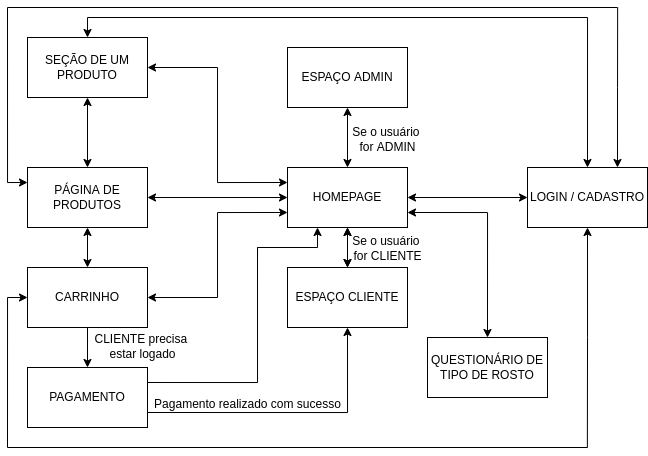
Before: mockups/diagrama_navegacao.png, a diagram exported from draw.io (pedromonici/Good-Glasses). Source tidied: cells renumbered, new cells last; positions are measured from the earlier drawing's top-left corner, leaving out a move shared by most shapes. Its diagram source:
```xml
<mxGraphModel>
  <root>
    <mxCell id="0" />
    <mxCell id="1" parent="0" />
    <mxCell id="2" style="edgeStyle=orthogonalEdgeStyle;rounded=0;jettySize=auto;html=1;exitX=0.5;exitY=1;exitDx=0;exitDy=0;entryX=0.5;entryY=0;entryDx=0;entryDy=0;startArrow=classic;startFill=1;" parent="1" edge="1" source="7" target="10">
      <mxGeometry relative="1" as="geometry" />
    </mxCell>
    <mxCell id="3" style="edgeStyle=orthogonalEdgeStyle;rounded=0;jettySize=auto;html=1;exitX=0.5;exitY=0;exitDx=0;exitDy=0;entryX=0.5;entryY=1;entryDx=0;entryDy=0;startArrow=classic;startFill=1;" parent="1" edge="1" source="7" target="8">
      <mxGeometry relative="1" as="geometry" />
    </mxCell>
    <mxCell id="4" style="edgeStyle=orthogonalEdgeStyle;rounded=0;jettySize=auto;html=1;exitX=1;exitY=0.5;exitDx=0;exitDy=0;entryX=0;entryY=0.5;entryDx=0;entryDy=0;startArrow=classic;startFill=1;" parent="1" edge="1" source="7" target="28">
      <mxGeometry relative="1" as="geometry" />
    </mxCell>
    <mxCell id="5" style="edgeStyle=orthogonalEdgeStyle;rounded=0;jettySize=auto;html=1;exitX=0.25;exitY=1;exitDx=0;exitDy=0;startArrow=classic;startFill=1;endArrow=none;endFill=0;" parent="1" edge="1" source="7">
      <mxGeometry relative="1" as="geometry">
        <mxPoint x="250" y="250" as="targetPoint" />
        <Array as="points">
          <mxPoint x="310" y="240" />
          <mxPoint x="250" y="240" />
        </Array>
      </mxGeometry>
    </mxCell>
    <mxCell id="6" style="edgeStyle=orthogonalEdgeStyle;rounded=0;jettySize=auto;html=1;exitX=1;exitY=0.75;exitDx=0;exitDy=0;entryX=0.5;entryY=0;entryDx=0;entryDy=0;startArrow=classic;startFill=1;endArrow=classic;endFill=1;" parent="1" edge="1" source="7" target="34">
      <mxGeometry relative="1" as="geometry" />
    </mxCell>
    <mxCell id="7" value="HOMEPAGE" style="rounded=0;whiteSpace=wrap;html=1;" parent="1" vertex="1">
      <mxGeometry x="280" y="160" width="120" height="60" as="geometry" />
    </mxCell>
    <mxCell id="8" value="ESPAÇO ADMIN" style="rounded=0;whiteSpace=wrap;html=1;" parent="1" vertex="1">
      <mxGeometry x="280" y="40" width="120" height="60" as="geometry" />
    </mxCell>
    <mxCell id="9" style="edgeStyle=orthogonalEdgeStyle;rounded=0;jettySize=auto;html=1;startArrow=classic;startFill=1;" parent="1" edge="1" source="10" target="7">
      <mxGeometry relative="1" as="geometry" />
    </mxCell>
    <mxCell id="10" value="ESPAÇO CLIENTE" style="rounded=0;whiteSpace=wrap;html=1;" parent="1" vertex="1">
      <mxGeometry x="280" y="260" width="120" height="60" as="geometry" />
    </mxCell>
    <mxCell id="11" style="edgeStyle=orthogonalEdgeStyle;rounded=0;jettySize=auto;html=1;exitX=1;exitY=0.5;exitDx=0;exitDy=0;entryX=0;entryY=0.5;entryDx=0;entryDy=0;startArrow=classic;startFill=1;" parent="1" edge="1" source="15" target="7">
      <mxGeometry relative="1" as="geometry" />
    </mxCell>
    <mxCell id="12" style="edgeStyle=orthogonalEdgeStyle;rounded=0;jettySize=auto;html=1;exitX=0.5;exitY=0;exitDx=0;exitDy=0;entryX=0.5;entryY=1;entryDx=0;entryDy=0;startArrow=classic;startFill=1;" parent="1" edge="1" source="15" target="18">
      <mxGeometry relative="1" as="geometry" />
    </mxCell>
    <mxCell id="13" style="edgeStyle=orthogonalEdgeStyle;rounded=0;jettySize=auto;html=1;exitX=0.5;exitY=1;exitDx=0;exitDy=0;entryX=0.5;entryY=0;entryDx=0;entryDy=0;startArrow=classic;startFill=1;" parent="1" edge="1" source="15" target="22">
      <mxGeometry relative="1" as="geometry" />
    </mxCell>
    <mxCell id="14" style="edgeStyle=orthogonalEdgeStyle;rounded=0;jettySize=auto;html=1;exitX=0;exitY=0.25;exitDx=0;exitDy=0;startArrow=classic;startFill=1;endArrow=none;endFill=0;" parent="1" edge="1" source="15">
      <mxGeometry relative="1" as="geometry">
        <mxPoint as="targetPoint" />
      </mxGeometry>
    </mxCell>
    <mxCell id="15" value="PÁGINA DE PRODUTOS" style="rounded=0;whiteSpace=wrap;html=1;" parent="1" vertex="1">
      <mxGeometry x="20" y="160" width="120" height="60" as="geometry" />
    </mxCell>
    <mxCell id="16" style="edgeStyle=orthogonalEdgeStyle;rounded=0;jettySize=auto;html=1;exitX=1;exitY=0.5;exitDx=0;exitDy=0;entryX=0;entryY=0.25;entryDx=0;entryDy=0;startArrow=classic;startFill=1;" parent="1" edge="1" source="18" target="7">
      <mxGeometry relative="1" as="geometry" />
    </mxCell>
    <mxCell id="17" style="edgeStyle=orthogonalEdgeStyle;rounded=0;jettySize=auto;html=1;exitX=0.5;exitY=0;exitDx=0;exitDy=0;entryX=0.5;entryY=0;entryDx=0;entryDy=0;startArrow=classic;startFill=1;endArrow=classic;endFill=1;" parent="1" edge="1" source="18" target="28">
      <mxGeometry relative="1" as="geometry" />
    </mxCell>
    <mxCell id="18" value="SEÇÃO DE UM PRODUTO" style="rounded=0;whiteSpace=wrap;html=1;" parent="1" vertex="1">
      <mxGeometry x="20" y="30" width="120" height="60" as="geometry" />
    </mxCell>
    <mxCell id="19" style="edgeStyle=orthogonalEdgeStyle;rounded=0;jettySize=auto;html=1;exitX=1;exitY=0.5;exitDx=0;exitDy=0;entryX=0;entryY=0.75;entryDx=0;entryDy=0;startArrow=classic;startFill=1;" parent="1" edge="1" source="22" target="7">
      <mxGeometry relative="1" as="geometry" />
    </mxCell>
    <mxCell id="20" style="edgeStyle=orthogonalEdgeStyle;rounded=0;jettySize=auto;html=1;exitX=0.5;exitY=1;exitDx=0;exitDy=0;entryX=0.5;entryY=0;entryDx=0;entryDy=0;startArrow=none;startFill=0;" parent="1" edge="1" source="22" target="25">
      <mxGeometry relative="1" as="geometry" />
    </mxCell>
    <mxCell id="21" style="edgeStyle=orthogonalEdgeStyle;rounded=0;jettySize=auto;html=1;exitX=0;exitY=0.5;exitDx=0;exitDy=0;startArrow=classic;startFill=1;endArrow=none;endFill=0;" parent="1" edge="1" source="22">
      <mxGeometry relative="1" as="geometry">
        <mxPoint y="440" as="targetPoint" />
      </mxGeometry>
    </mxCell>
    <mxCell id="22" value="CARRINHO" style="rounded=0;whiteSpace=wrap;html=1;" parent="1" vertex="1">
      <mxGeometry x="20" y="260" width="120" height="60" as="geometry" />
    </mxCell>
    <mxCell id="23" style="edgeStyle=orthogonalEdgeStyle;rounded=0;jettySize=auto;html=1;exitX=1;exitY=0.75;exitDx=0;exitDy=0;entryX=0.5;entryY=1;entryDx=0;entryDy=0;startArrow=none;startFill=0;" parent="1" edge="1" source="25" target="10">
      <mxGeometry relative="1" as="geometry" />
    </mxCell>
    <mxCell id="24" style="edgeStyle=orthogonalEdgeStyle;rounded=0;jettySize=auto;html=1;exitX=1;exitY=0.25;exitDx=0;exitDy=0;startArrow=none;startFill=0;endArrow=none;endFill=0;" parent="1" edge="1" source="25">
      <mxGeometry relative="1" as="geometry">
        <mxPoint x="250" y="240" as="targetPoint" />
      </mxGeometry>
    </mxCell>
    <mxCell id="25" value="PAGAMENTO" style="rounded=0;whiteSpace=wrap;html=1;" parent="1" vertex="1">
      <mxGeometry x="20" y="360" width="120" height="60" as="geometry" />
    </mxCell>
    <mxCell id="26" style="edgeStyle=orthogonalEdgeStyle;rounded=0;jettySize=auto;html=1;exitX=0.75;exitY=0;exitDx=0;exitDy=0;startArrow=classic;startFill=1;endArrow=none;endFill=0;" parent="1" edge="1" source="28">
      <mxGeometry relative="1" as="geometry">
        <mxPoint x="610.1" as="targetPoint" />
      </mxGeometry>
    </mxCell>
    <mxCell id="27" style="edgeStyle=orthogonalEdgeStyle;rounded=0;jettySize=auto;html=1;exitX=0.5;exitY=1;exitDx=0;exitDy=0;startArrow=classic;startFill=1;endArrow=none;endFill=0;" parent="1" edge="1" source="28">
      <mxGeometry relative="1" as="geometry">
        <mxPoint x="579.9" y="440" as="targetPoint" />
      </mxGeometry>
    </mxCell>
    <mxCell id="28" value="LOGIN / CADASTRO" style="rounded=0;whiteSpace=wrap;html=1;" parent="1" vertex="1">
      <mxGeometry x="520" y="160" width="120" height="60" as="geometry" />
    </mxCell>
    <mxCell id="29" style="endArrow=none;html=1;rounded=0;" parent="1" edge="1">
      <mxGeometry relative="1" as="geometry">
        <mxPoint as="sourcePoint" />
        <mxPoint x="610" as="targetPoint" />
      </mxGeometry>
    </mxCell>
    <mxCell id="30" style="endArrow=none;html=1;rounded=0;" parent="1" edge="1">
      <mxGeometry relative="1" as="geometry">
        <mxPoint y="440" as="sourcePoint" />
        <mxPoint x="580" y="440" as="targetPoint" />
      </mxGeometry>
    </mxCell>
    <mxCell id="31" value="Se o usuário &lt;br&gt;for ADMIN" style="text;html=1;align=center;verticalAlign=middle;strokeColor=none;fillColor=none;" parent="1" vertex="1">
      <mxGeometry x="340" y="117" width="80" height="30" as="geometry" />
    </mxCell>
    <mxCell id="32" value="Se o usuário &lt;br&gt;for CLIENTE" style="text;html=1;align=center;verticalAlign=middle;strokeColor=none;fillColor=none;" parent="1" vertex="1">
      <mxGeometry x="340" y="226" width="80" height="30" as="geometry" />
    </mxCell>
    <mxCell id="33" value="CLIENTE precisa &lt;br&gt;estar logado" style="text;html=1;align=center;verticalAlign=middle;strokeColor=none;fillColor=none;" parent="1" vertex="1">
      <mxGeometry x="80" y="324" width="110" height="30" as="geometry" />
    </mxCell>
    <mxCell id="34" value="QUESTIONÁRIO DE TIPO DE ROSTO" style="rounded=0;whiteSpace=wrap;html=1;" parent="1" vertex="1">
      <mxGeometry x="420" y="330" width="120" height="60" as="geometry" />
    </mxCell>
    <mxCell id="35" value="Pagamento realizado com sucesso" style="text;html=1;align=center;verticalAlign=middle;strokeColor=none;fillColor=none;" parent="1" vertex="1">
      <mxGeometry x="140" y="387" width="200" height="20" as="geometry" />
    </mxCell>
  </root>
</mxGraphModel>
```
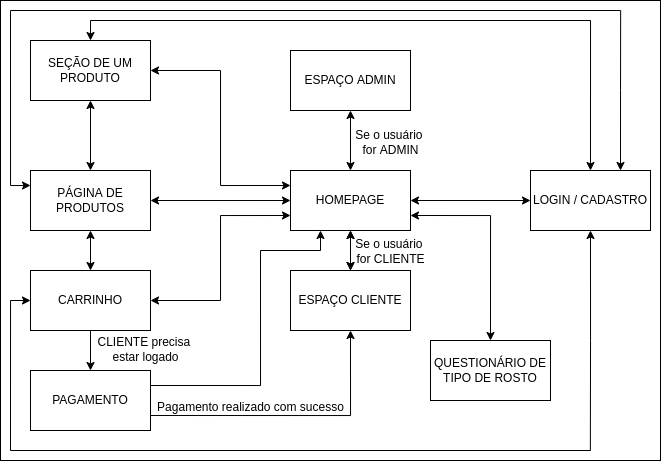
Above is the later version.

Commit message:
update another time diagram

What changed in the source:
```diff
@@ -2,6 +2,9 @@
   <root>
     <mxCell id="0" />
     <mxCell id="1" parent="0" />
+    <mxCell id="36" style="rounded=0;whiteSpace=wrap;html=1;" parent="1" vertex="1">
+      <mxGeometry x="-10" y="-10" width="660" height="460" as="geometry" />
+    </mxCell>
     <mxCell id="2" style="edgeStyle=orthogonalEdgeStyle;rounded=0;jettySize=auto;html=1;exitX=0.5;exitY=1;exitDx=0;exitDy=0;entryX=0.5;entryY=0;entryDx=0;entryDy=0;startArrow=classic;startFill=1;" parent="1" edge="1" source="7" target="10">
       <mxGeometry relative="1" as="geometry" />
     </mxCell>
```
